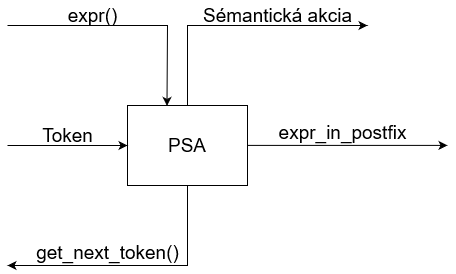
AndreiShchepa/BUT_COMPILER_2021 keeps this draw.io diagram as documentation/src/PSA.drawio.png. Above is the earlier version. Source tidied: cells renumbered, new cells last; positions are measured from the earlier drawing's top-left corner, leaving out a move shared by most shapes. Source of this version:
```xml
<mxGraphModel>
  <root>
    <mxCell id="0" />
    <mxCell id="1" parent="0" />
    <mxCell id="2" value="&lt;font style=&quot;font-size: 19px&quot;&gt;PSA&lt;/font&gt;" style="rounded=0;whiteSpace=wrap;html=1;" parent="1" vertex="1">
      <mxGeometry x="120" y="105" width="120" height="80" as="geometry" />
    </mxCell>
    <mxCell id="3" value="&lt;font style=&quot;font-size: 19px&quot;&gt;Sémantická akcia&lt;/font&gt;" style="text;html=1;align=center;verticalAlign=middle;strokeColor=none;fillColor=none;strokeWidth=1;rotation=0;" parent="1" vertex="1">
      <mxGeometry x="190" y="5" width="160" height="20" as="geometry" />
    </mxCell>
    <mxCell id="4" style="endArrow=classic;html=1;rounded=0;exitX=0.5;exitY=1;exitDx=0;exitDy=0;" parent="1" edge="1" source="2">
      <mxGeometry relative="1" as="geometry">
        <mxPoint y="265" as="targetPoint" />
        <Array as="points">
          <mxPoint x="180" y="225" />
          <mxPoint x="180" y="265" />
        </Array>
      </mxGeometry>
    </mxCell>
    <mxCell id="5" value="&lt;font style=&quot;font-size: 19px&quot;&gt;get_next_token()&lt;/font&gt;" style="text;html=1;align=center;verticalAlign=middle;strokeColor=none;fillColor=none;" parent="1" vertex="1">
      <mxGeometry x="20" y="242" width="160" height="20" as="geometry" />
    </mxCell>
    <mxCell id="6" style="endArrow=classic;html=1;rounded=0;fontSize=19;entryX=0;entryY=0.5;entryDx=0;entryDy=0;" parent="1" edge="1" target="2">
      <mxGeometry relative="1" as="geometry">
        <mxPoint y="145" as="sourcePoint" />
      </mxGeometry>
    </mxCell>
    <mxCell id="7" value="Token" style="text;html=1;align=center;verticalAlign=middle;strokeColor=none;fillColor=none;fontSize=19;" parent="1" vertex="1">
      <mxGeometry x="25" y="120" width="70" height="30" as="geometry" />
    </mxCell>
    <mxCell id="8" style="endArrow=classic;html=1;rounded=0;fontSize=19;exitX=0.5;exitY=0;exitDx=0;exitDy=0;" parent="1" edge="1" source="2">
      <mxGeometry relative="1" as="geometry">
        <mxPoint x="360" y="25" as="targetPoint" />
        <Array as="points">
          <mxPoint x="180" y="25" />
          <mxPoint x="260" y="25" />
        </Array>
      </mxGeometry>
    </mxCell>
    <mxCell id="9" style="endArrow=classic;html=1;rounded=0;fontSize=19;exitX=1;exitY=0.25;exitDx=0;exitDy=0;" parent="1" edge="1">
      <mxGeometry relative="1" as="geometry">
        <mxPoint x="240" y="144.9" as="sourcePoint" />
        <mxPoint x="440" y="144.9" as="targetPoint" />
      </mxGeometry>
    </mxCell>
    <mxCell id="10" style="endArrow=classic;html=1;rounded=0;fontSize=19;entryX=0.329;entryY=0.005;entryDx=0;entryDy=0;entryPerimeter=0;" parent="1" edge="1" target="2">
      <mxGeometry relative="1" as="geometry">
        <mxPoint y="25" as="sourcePoint" />
        <Array as="points">
          <mxPoint x="160" y="25" />
        </Array>
      </mxGeometry>
    </mxCell>
    <mxCell id="11" value="expr()" style="text;html=1;align=center;verticalAlign=middle;strokeColor=none;fillColor=none;fontSize=19;" parent="1" vertex="1">
      <mxGeometry x="50" width="70" height="30" as="geometry" />
    </mxCell>
    <mxCell id="12" value="expr_in_postfix" style="text;html=1;align=center;verticalAlign=middle;strokeColor=none;fillColor=none;fontSize=19;" parent="1" vertex="1">
      <mxGeometry x="265" y="117" width="140" height="30" as="geometry" />
    </mxCell>
  </root>
</mxGraphModel>
```
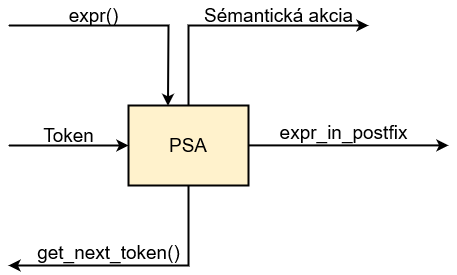
After the change.

The edit, as a diff of the source:
```diff
@@ -2,13 +2,13 @@
   <root>
     <mxCell id="0" />
     <mxCell id="1" parent="0" />
-    <mxCell id="2" value="&lt;font style=&quot;font-size: 19px&quot;&gt;PSA&lt;/font&gt;" style="rounded=0;whiteSpace=wrap;html=1;" parent="1" vertex="1">
+    <mxCell id="2" value="&lt;font style=&quot;font-size: 19px&quot;&gt;PSA&lt;/font&gt;" style="rounded=0;whiteSpace=wrap;html=1;fillColor=#fff2cc;strokeColor=#000000;strokeWidth=2;" parent="1" vertex="1">
       <mxGeometry x="120" y="105" width="120" height="80" as="geometry" />
     </mxCell>
     <mxCell id="3" value="&lt;font style=&quot;font-size: 19px&quot;&gt;Sémantická akcia&lt;/font&gt;" style="text;html=1;align=center;verticalAlign=middle;strokeColor=none;fillColor=none;strokeWidth=1;rotation=0;" parent="1" vertex="1">
       <mxGeometry x="190" y="5" width="160" height="20" as="geometry" />
     </mxCell>
-    <mxCell id="4" style="endArrow=classic;html=1;rounded=0;exitX=0.5;exitY=1;exitDx=0;exitDy=0;" parent="1" edge="1" source="2">
+    <mxCell id="4" style="endArrow=classic;html=1;rounded=0;exitX=0.5;exitY=1;exitDx=0;exitDy=0;strokeWidth=2;" parent="1" edge="1" source="2">
       <mxGeometry relative="1" as="geometry">
         <mxPoint y="265" as="targetPoint" />
         <Array as="points">
@@ -20,7 +20,7 @@
     <mxCell id="5" value="&lt;font style=&quot;font-size: 19px&quot;&gt;get_next_token()&lt;/font&gt;" style="text;html=1;align=center;verticalAlign=middle;strokeColor=none;fillColor=none;" parent="1" vertex="1">
       <mxGeometry x="20" y="242" width="160" height="20" as="geometry" />
     </mxCell>
-    <mxCell id="6" style="endArrow=classic;html=1;rounded=0;fontSize=19;entryX=0;entryY=0.5;entryDx=0;entryDy=0;" parent="1" edge="1" target="2">
+    <mxCell id="6" style="endArrow=classic;html=1;rounded=0;fontSize=19;entryX=0;entryY=0.5;entryDx=0;entryDy=0;strokeWidth=2;" parent="1" edge="1" target="2">
       <mxGeometry relative="1" as="geometry">
         <mxPoint y="145" as="sourcePoint" />
       </mxGeometry>
@@ -28,7 +28,7 @@
     <mxCell id="7" value="Token" style="text;html=1;align=center;verticalAlign=middle;strokeColor=none;fillColor=none;fontSize=19;" parent="1" vertex="1">
       <mxGeometry x="25" y="120" width="70" height="30" as="geometry" />
     </mxCell>
-    <mxCell id="8" style="endArrow=classic;html=1;rounded=0;fontSize=19;exitX=0.5;exitY=0;exitDx=0;exitDy=0;" parent="1" edge="1" source="2">
+    <mxCell id="8" style="endArrow=classic;html=1;rounded=0;fontSize=19;exitX=0.5;exitY=0;exitDx=0;exitDy=0;strokeWidth=2;" parent="1" edge="1" source="2">
       <mxGeometry relative="1" as="geometry">
         <mxPoint x="360" y="25" as="targetPoint" />
         <Array as="points">
@@ -37,13 +37,13 @@
         </Array>
       </mxGeometry>
     </mxCell>
-    <mxCell id="9" style="endArrow=classic;html=1;rounded=0;fontSize=19;exitX=1;exitY=0.25;exitDx=0;exitDy=0;" parent="1" edge="1">
+    <mxCell id="9" style="endArrow=classic;html=1;rounded=0;fontSize=19;exitX=1;exitY=0.25;exitDx=0;exitDy=0;strokeWidth=2;" parent="1" edge="1">
       <mxGeometry relative="1" as="geometry">
         <mxPoint x="240" y="144.9" as="sourcePoint" />
         <mxPoint x="440" y="144.9" as="targetPoint" />
       </mxGeometry>
     </mxCell>
-    <mxCell id="10" style="endArrow=classic;html=1;rounded=0;fontSize=19;entryX=0.329;entryY=0.005;entryDx=0;entryDy=0;entryPerimeter=0;" parent="1" edge="1" target="2">
+    <mxCell id="10" style="endArrow=classic;html=1;rounded=0;fontSize=19;entryX=0.329;entryY=0.005;entryDx=0;entryDy=0;entryPerimeter=0;strokeWidth=2;" parent="1" edge="1" target="2">
       <mxGeometry relative="1" as="geometry">
         <mxPoint y="25" as="sourcePoint" />
         <Array as="points">
```
